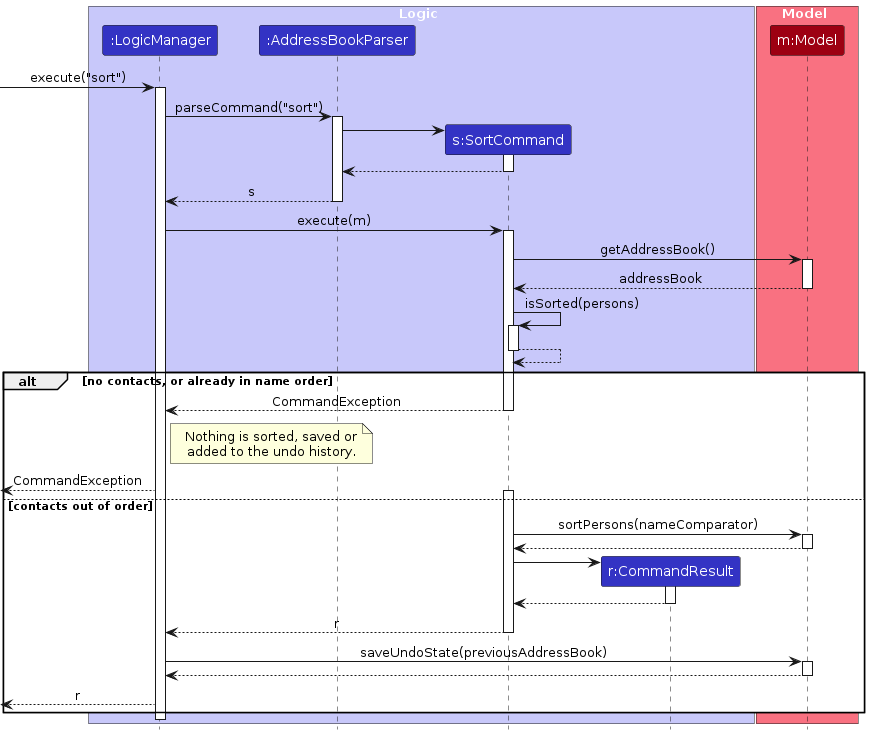
Before: diagrams/SortSequenceDiagram.png, a diagram exported from PlantUML (AY2627S1-CS2103T-W14-2/tp). Its source is kept beside it as diagrams/SortSequenceDiagram.puml. Source of this version:
```plantuml
@startuml
!include style.puml
skinparam ArrowFontStyle plain

box Logic LOGIC_COLOR_T1
participant ":LogicManager" as LogicManager LOGIC_COLOR
participant ":AddressBookParser" as AddressBookParser LOGIC_COLOR
participant "s:SortCommand" as SortCommand LOGIC_COLOR
participant "r:CommandResult" as CommandResult LOGIC_COLOR
end box

box Model MODEL_COLOR_T1
participant "m:Model" as Model MODEL_COLOR
end box

[-> LogicManager : execute("sort")
activate LogicManager

LogicManager -> AddressBookParser : parseCommand("sort")
activate AddressBookParser

create SortCommand
AddressBookParser -> SortCommand
activate SortCommand

SortCommand --> AddressBookParser
deactivate SortCommand

AddressBookParser --> LogicManager : s
deactivate AddressBookParser

LogicManager -> SortCommand : execute(m)
activate SortCommand

SortCommand -> Model : getAddressBook()
activate Model

Model --> SortCommand : addressBook
deactivate Model

SortCommand -> SortCommand : isSorted(persons)
activate SortCommand
SortCommand --> SortCommand
deactivate SortCommand

alt no contacts, or already in name order
    SortCommand --> LogicManager : CommandException
    deactivate SortCommand
    note right of LogicManager
        Nothing is sorted, saved or
        added to the undo history.
    end note
    [<-- LogicManager : CommandException
else contacts out of order
    activate SortCommand
    SortCommand -> Model : sortPersons(nameComparator)
    activate Model

    Model --> SortCommand
    deactivate Model

    create CommandResult
    SortCommand -> CommandResult
    activate CommandResult

    CommandResult --> SortCommand
    deactivate CommandResult

    SortCommand --> LogicManager : r
    deactivate SortCommand

    LogicManager -> Model : saveUndoState(previousAddressBook)
    activate Model

    Model --> LogicManager
    deactivate Model

    [<-- LogicManager : r
end

deactivate LogicManager
@enduml
```
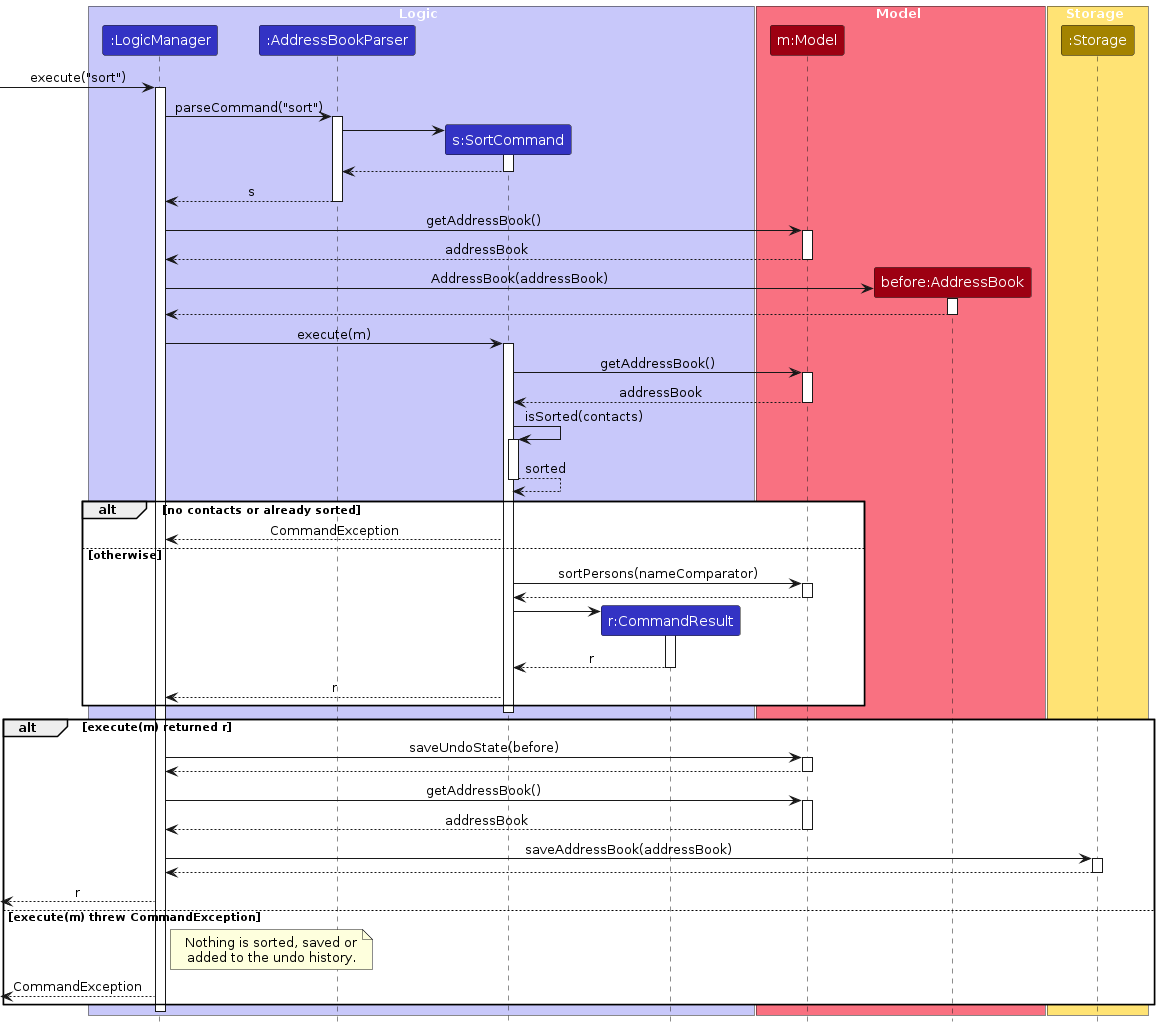
Later version of the same file.

What changed in the source:
```diff
@@ -11,6 +11,11 @@
 
 box Model MODEL_COLOR_T1
 participant "m:Model" as Model MODEL_COLOR
+participant "before:AddressBook" as Before MODEL_COLOR
+end box
+
+box Storage STORAGE_COLOR_T1
+participant ":Storage" as Storage STORAGE_COLOR
 end box
 
 [-> LogicManager : execute("sort")
@@ -22,61 +27,77 @@
 create SortCommand
 AddressBookParser -> SortCommand
 activate SortCommand
-
 SortCommand --> AddressBookParser
 deactivate SortCommand
 
 AddressBookParser --> LogicManager : s
 deactivate AddressBookParser
 
+LogicManager -> Model : getAddressBook()
+activate Model
+Model --> LogicManager : addressBook
+deactivate Model
+
+create Before
+LogicManager -> Before : AddressBook(addressBook)
+activate Before
+Before --> LogicManager
+deactivate Before
+
 LogicManager -> SortCommand : execute(m)
 activate SortCommand
 
 SortCommand -> Model : getAddressBook()
 activate Model
-
 Model --> SortCommand : addressBook
 deactivate Model
 
-SortCommand -> SortCommand : isSorted(persons)
+SortCommand -> SortCommand : isSorted(contacts)
 activate SortCommand
-SortCommand --> SortCommand
+SortCommand --> SortCommand : sorted
 deactivate SortCommand
 
-alt no contacts, or already in name order
+alt no contacts or already sorted
     SortCommand --> LogicManager : CommandException
-    deactivate SortCommand
-    note right of LogicManager
-        Nothing is sorted, saved or
-        added to the undo history.
-    end note
-    [<-- LogicManager : CommandException
-else contacts out of order
-    activate SortCommand
+else otherwise
     SortCommand -> Model : sortPersons(nameComparator)
     activate Model
-
     Model --> SortCommand
     deactivate Model
 
     create CommandResult
     SortCommand -> CommandResult
     activate CommandResult
-
-    CommandResult --> SortCommand
+    CommandResult --> SortCommand : r
     deactivate CommandResult
 
     SortCommand --> LogicManager : r
-    deactivate SortCommand
+end
+deactivate SortCommand
 
-    LogicManager -> Model : saveUndoState(previousAddressBook)
+alt execute(m) returned r
+    LogicManager -> Model : saveUndoState(before)
     activate Model
-
     Model --> LogicManager
     deactivate Model
 
+    LogicManager -> Model : getAddressBook()
+    activate Model
+    Model --> LogicManager : addressBook
+    deactivate Model
+
+    LogicManager -> Storage : saveAddressBook(addressBook)
+    activate Storage
+    Storage --> LogicManager
+    deactivate Storage
+
     [<-- LogicManager : r
+else execute(m) threw CommandException
+    note right of LogicManager
+        Nothing is sorted, saved or
+        added to the undo history.
+    end note
+    [<-- LogicManager : CommandException
 end
-
 deactivate LogicManager
 @enduml
```
